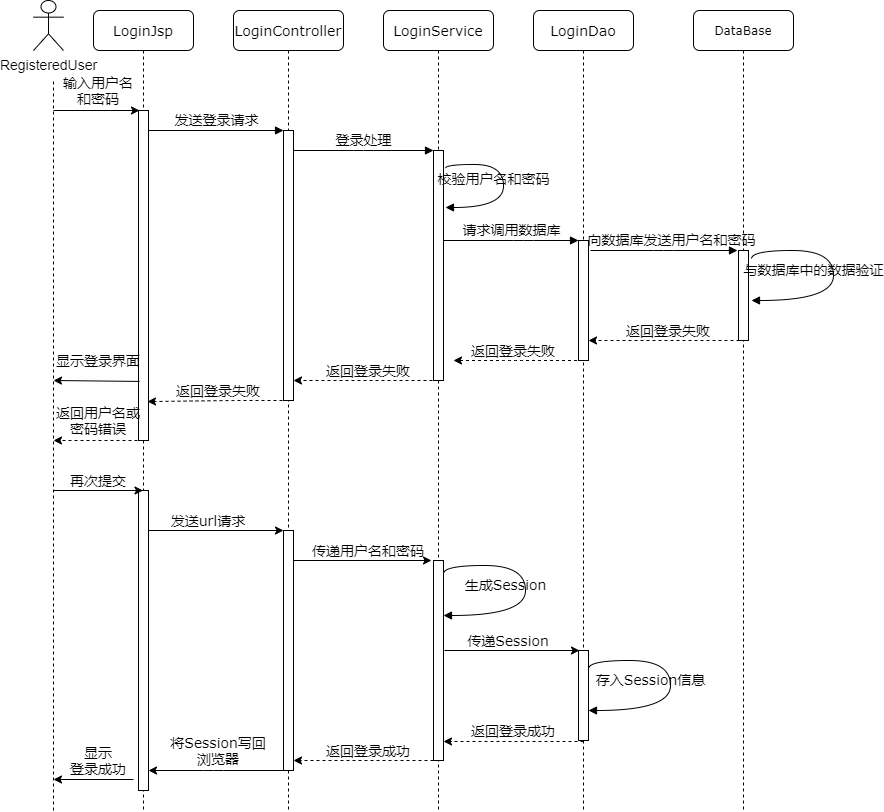
jpl007/HelloGit keeps this draw.io diagram as 登录时序图.png. Above is the earlier version. Source tidied: cells renumbered, new cells last; positions are measured from the earlier drawing's top-left corner, leaving out a move shared by most shapes.
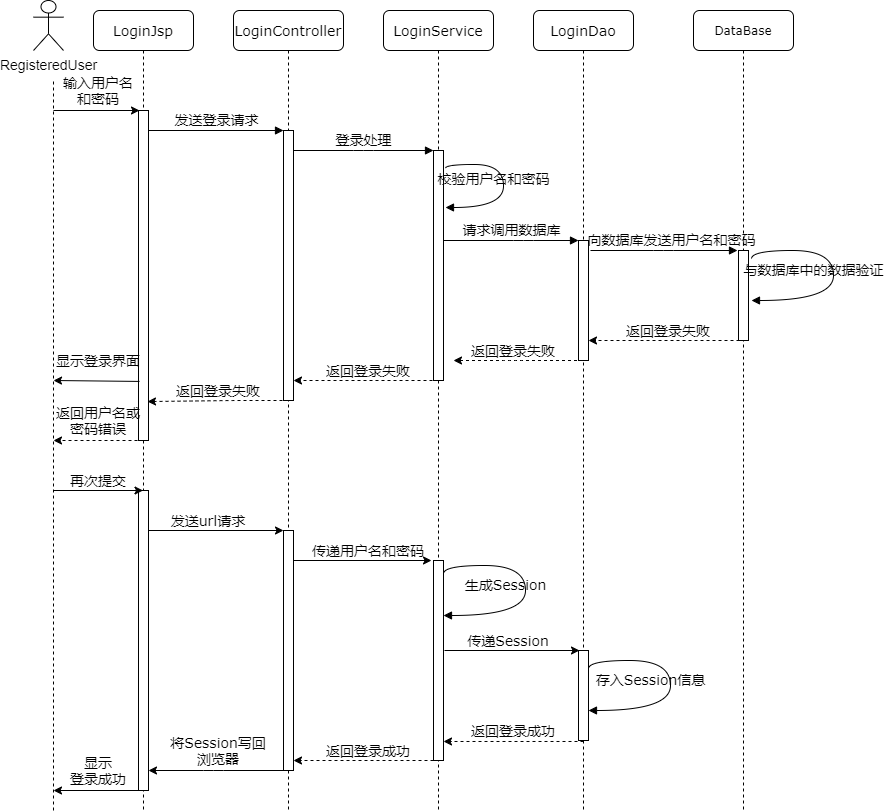
Above is the later version.

Commit message:
更新登录时序图33.png

The edit, as a diff of the source:
```diff
@@ -232,10 +232,9 @@
     <mxCell id="48" style="endArrow=classic;html=1;exitX=0.5;exitY=1.011;exitDx=0;exitDy=0;exitPerimeter=0;dashed=1;" parent="1" edge="1" source="39" target="38">
       <mxGeometry relative="1" as="geometry" />
     </mxCell>
-    <mxCell id="49" style="endArrow=classic;html=1;exitX=0.5;exitY=1.011;exitDx=0;exitDy=0;exitPerimeter=0;" parent="1" edge="1">
+    <mxCell id="49" style="endArrow=classic;html=1;exitX=0.1;exitY=1;exitDx=0;exitDy=0;exitPerimeter=0;" parent="1" edge="1" source="11">
       <mxGeometry relative="1" as="geometry">
-        <mxPoint x="100" y="779" as="sourcePoint" />
-        <mxPoint x="20" y="779" as="targetPoint" />
+        <mxPoint x="20" y="790" as="targetPoint" />
       </mxGeometry>
     </mxCell>
     <mxCell id="50" style="endArrow=classic;html=1;exitX=0.5;exitY=1.011;exitDx=0;exitDy=0;exitPerimeter=0;" parent="1" edge="1">
@@ -263,7 +262,7 @@
       <mxGeometry x="120" y="740" width="130" height="20" as="geometry" />
     </mxCell>
     <mxCell id="55" value="&lt;font face=&quot;verdana&quot;&gt;&lt;span style=&quot;font-size: 14px&quot;&gt;显示&lt;br&gt;登录成功&lt;/span&gt;&lt;/font&gt;" style="text;html=1;strokeColor=none;fillColor=none;align=center;verticalAlign=middle;whiteSpace=wrap;rounded=0;" parent="1" vertex="1">
-      <mxGeometry y="750" width="130" height="20" as="geometry" />
+      <mxGeometry y="760" width="130" height="20" as="geometry" />
     </mxCell>
   </root>
 </mxGraphModel>
```
